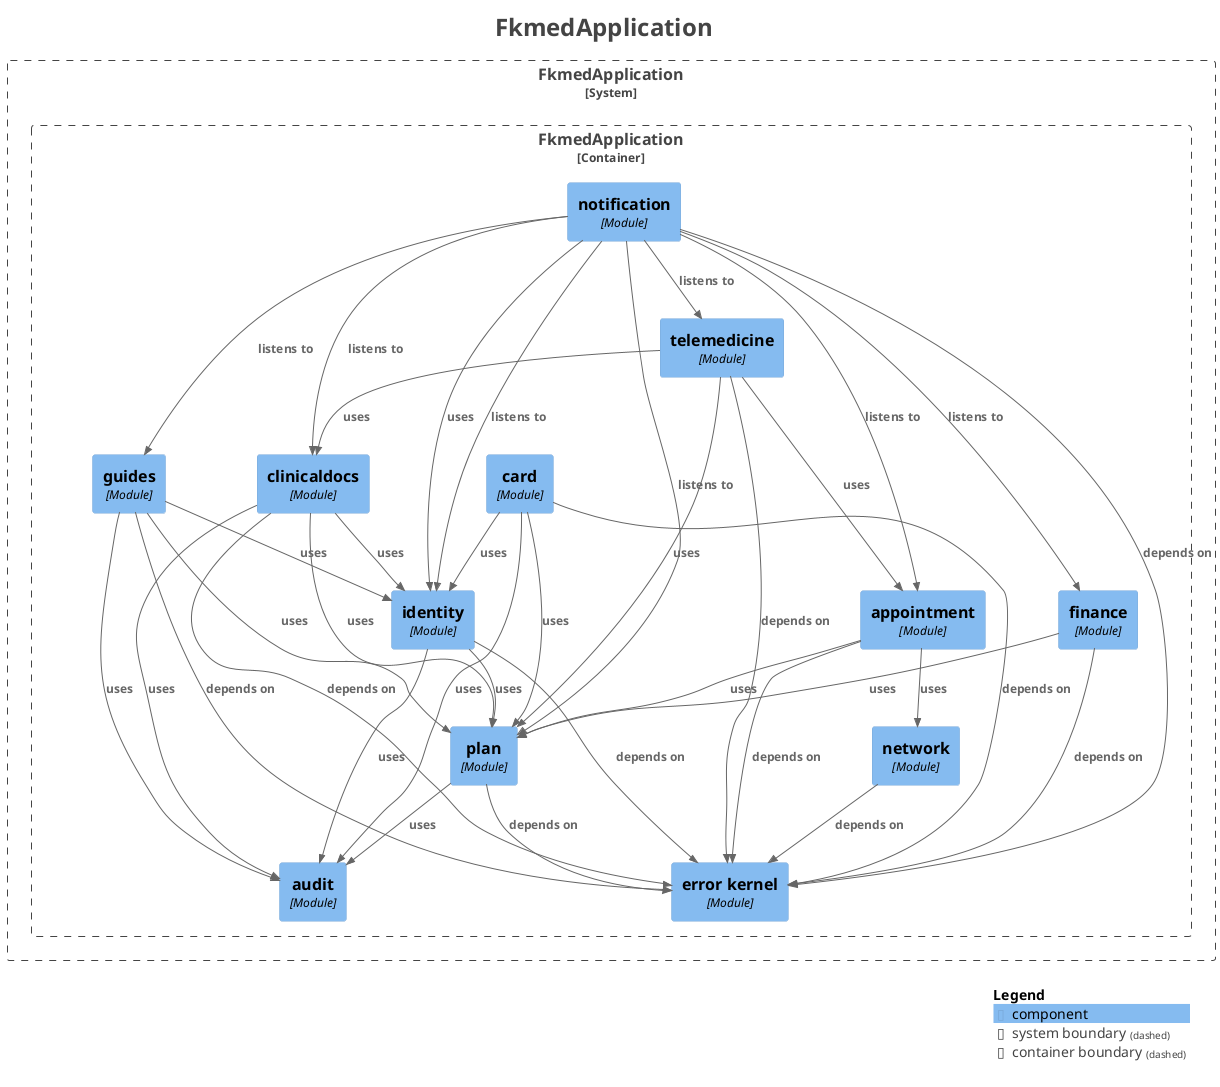
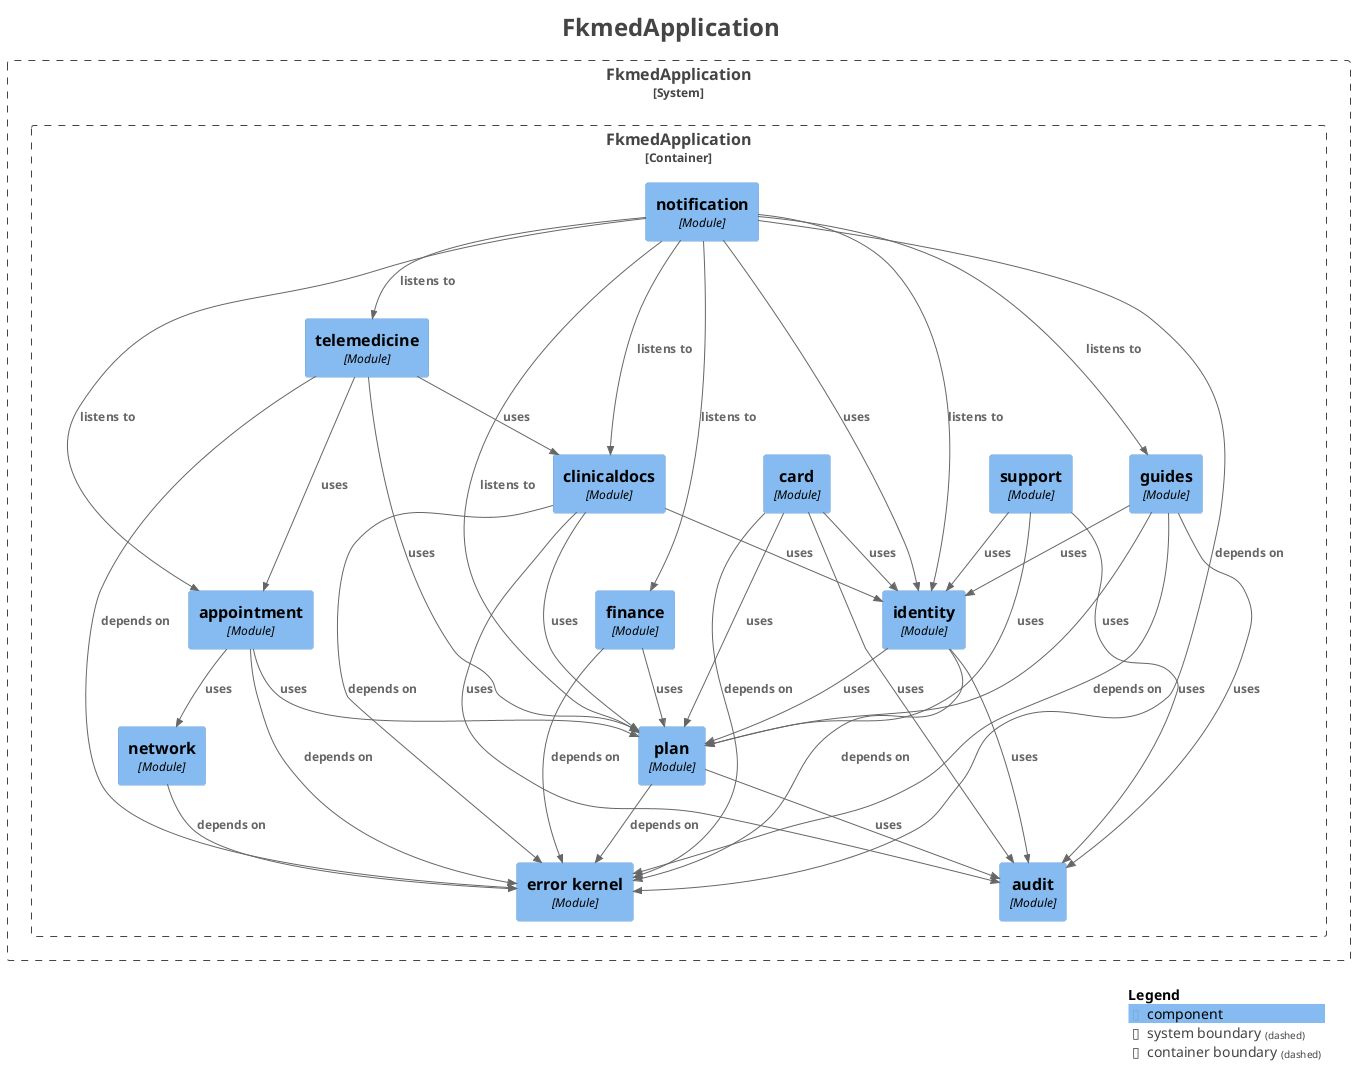
@startuml
title <size:24>FkmedApplication</size>

set separator none
top to bottom direction

<style>
  root {
    BackgroundColor: #ffffff
    FontColor: #444444
  }
</style>

!include <C4/C4>
!include <C4/C4_Context>
!include <C4/C4_Component>

System_Boundary("FkmedApplication_boundary", "FkmedApplication", $tags="") {
  Container_Boundary("FkmedApplication.FkmedApplication_boundary", "FkmedApplication", $tags="") {
    Component(FkmedApplication.FkmedApplication.identity, "identity", $techn="Module", $descr="", $tags="", $link="")
    Component(FkmedApplication.FkmedApplication.card, "card", $techn="Module", $descr="", $tags="", $link="")
    Component(FkmedApplication.FkmedApplication.clinicaldocs, "clinicaldocs", $techn="Module", $descr="", $tags="", $link="")
    Component(FkmedApplication.FkmedApplication.guides, "guides", $techn="Module", $descr="", $tags="", $link="")
+     Component(FkmedApplication.FkmedApplication.support, "support", $techn="Module", $descr="", $tags="", $link="")
    Component(FkmedApplication.FkmedApplication.telemedicine, "telemedicine", $techn="Module", $descr="", $tags="", $link="")
    Component(FkmedApplication.FkmedApplication.notification, "notification", $techn="Module", $descr="", $tags="", $link="")
    Component(FkmedApplication.FkmedApplication.audit, "audit", $techn="Module", $descr="", $tags="", $link="")
    Component(FkmedApplication.FkmedApplication.errorkernel, "error kernel", $techn="Module", $descr="", $tags="", $link="")
    Component(FkmedApplication.FkmedApplication.network, "network", $techn="Module", $descr="", $tags="", $link="")
    Component(FkmedApplication.FkmedApplication.plan, "plan", $techn="Module", $descr="", $tags="", $link="")
    Component(FkmedApplication.FkmedApplication.appointment, "appointment", $techn="Module", $descr="", $tags="", $link="")
    Component(FkmedApplication.FkmedApplication.finance, "finance", $techn="Module", $descr="", $tags="", $link="")
  }

}

Rel(FkmedApplication.FkmedApplication.appointment, FkmedApplication.FkmedApplication.errorkernel, "depends on", $techn="", $tags="", $link="")
Rel(FkmedApplication.FkmedApplication.appointment, FkmedApplication.FkmedApplication.network, "uses", $techn="", $tags="", $link="")
Rel(FkmedApplication.FkmedApplication.appointment, FkmedApplication.FkmedApplication.plan, "uses", $techn="", $tags="", $link="")
Rel(FkmedApplication.FkmedApplication.card, FkmedApplication.FkmedApplication.audit, "uses", $techn="", $tags="", $link="")
Rel(FkmedApplication.FkmedApplication.card, FkmedApplication.FkmedApplication.errorkernel, "depends on", $techn="", $tags="", $link="")
Rel(FkmedApplication.FkmedApplication.card, FkmedApplication.FkmedApplication.identity, "uses", $techn="", $tags="", $link="")
Rel(FkmedApplication.FkmedApplication.card, FkmedApplication.FkmedApplication.plan, "uses", $techn="", $tags="", $link="")
Rel(FkmedApplication.FkmedApplication.clinicaldocs, FkmedApplication.FkmedApplication.audit, "uses", $techn="", $tags="", $link="")
Rel(FkmedApplication.FkmedApplication.clinicaldocs, FkmedApplication.FkmedApplication.errorkernel, "depends on", $techn="", $tags="", $link="")
Rel(FkmedApplication.FkmedApplication.clinicaldocs, FkmedApplication.FkmedApplication.identity, "uses", $techn="", $tags="", $link="")
Rel(FkmedApplication.FkmedApplication.clinicaldocs, FkmedApplication.FkmedApplication.plan, "uses", $techn="", $tags="", $link="")
Rel(FkmedApplication.FkmedApplication.finance, FkmedApplication.FkmedApplication.errorkernel, "depends on", $techn="", $tags="", $link="")
Rel(FkmedApplication.FkmedApplication.finance, FkmedApplication.FkmedApplication.plan, "uses", $techn="", $tags="", $link="")
Rel(FkmedApplication.FkmedApplication.guides, FkmedApplication.FkmedApplication.audit, "uses", $techn="", $tags="", $link="")
Rel(FkmedApplication.FkmedApplication.guides, FkmedApplication.FkmedApplication.errorkernel, "depends on", $techn="", $tags="", $link="")
Rel(FkmedApplication.FkmedApplication.guides, FkmedApplication.FkmedApplication.identity, "uses", $techn="", $tags="", $link="")
Rel(FkmedApplication.FkmedApplication.guides, FkmedApplication.FkmedApplication.plan, "uses", $techn="", $tags="", $link="")
Rel(FkmedApplication.FkmedApplication.identity, FkmedApplication.FkmedApplication.audit, "uses", $techn="", $tags="", $link="")
Rel(FkmedApplication.FkmedApplication.identity, FkmedApplication.FkmedApplication.errorkernel, "depends on", $techn="", $tags="", $link="")
Rel(FkmedApplication.FkmedApplication.identity, FkmedApplication.FkmedApplication.plan, "uses", $techn="", $tags="", $link="")
Rel(FkmedApplication.FkmedApplication.network, FkmedApplication.FkmedApplication.errorkernel, "depends on", $techn="", $tags="", $link="")
Rel(FkmedApplication.FkmedApplication.notification, FkmedApplication.FkmedApplication.appointment, "listens to", $techn="", $tags="", $link="")
Rel(FkmedApplication.FkmedApplication.notification, FkmedApplication.FkmedApplication.clinicaldocs, "listens to", $techn="", $tags="", $link="")
Rel(FkmedApplication.FkmedApplication.notification, FkmedApplication.FkmedApplication.errorkernel, "depends on", $techn="", $tags="", $link="")
Rel(FkmedApplication.FkmedApplication.notification, FkmedApplication.FkmedApplication.finance, "listens to", $techn="", $tags="", $link="")
Rel(FkmedApplication.FkmedApplication.notification, FkmedApplication.FkmedApplication.guides, "listens to", $techn="", $tags="", $link="")
Rel(FkmedApplication.FkmedApplication.notification, FkmedApplication.FkmedApplication.identity, "listens to", $techn="", $tags="", $link="")
Rel(FkmedApplication.FkmedApplication.notification, FkmedApplication.FkmedApplication.identity, "uses", $techn="", $tags="", $link="")
Rel(FkmedApplication.FkmedApplication.notification, FkmedApplication.FkmedApplication.plan, "listens to", $techn="", $tags="", $link="")
Rel(FkmedApplication.FkmedApplication.notification, FkmedApplication.FkmedApplication.telemedicine, "listens to", $techn="", $tags="", $link="")
Rel(FkmedApplication.FkmedApplication.plan, FkmedApplication.FkmedApplication.audit, "uses", $techn="", $tags="", $link="")
Rel(FkmedApplication.FkmedApplication.plan, FkmedApplication.FkmedApplication.errorkernel, "depends on", $techn="", $tags="", $link="")
+ Rel(FkmedApplication.FkmedApplication.support, FkmedApplication.FkmedApplication.audit, "uses", $techn="", $tags="", $link="")
+ Rel(FkmedApplication.FkmedApplication.support, FkmedApplication.FkmedApplication.identity, "uses", $techn="", $tags="", $link="")
+ Rel(FkmedApplication.FkmedApplication.support, FkmedApplication.FkmedApplication.plan, "uses", $techn="", $tags="", $link="")
Rel(FkmedApplication.FkmedApplication.telemedicine, FkmedApplication.FkmedApplication.appointment, "uses", $techn="", $tags="", $link="")
Rel(FkmedApplication.FkmedApplication.telemedicine, FkmedApplication.FkmedApplication.clinicaldocs, "uses", $techn="", $tags="", $link="")
Rel(FkmedApplication.FkmedApplication.telemedicine, FkmedApplication.FkmedApplication.errorkernel, "depends on", $techn="", $tags="", $link="")
Rel(FkmedApplication.FkmedApplication.telemedicine, FkmedApplication.FkmedApplication.plan, "uses", $techn="", $tags="", $link="")

SHOW_LEGEND(true)
hide stereotypes
@enduml